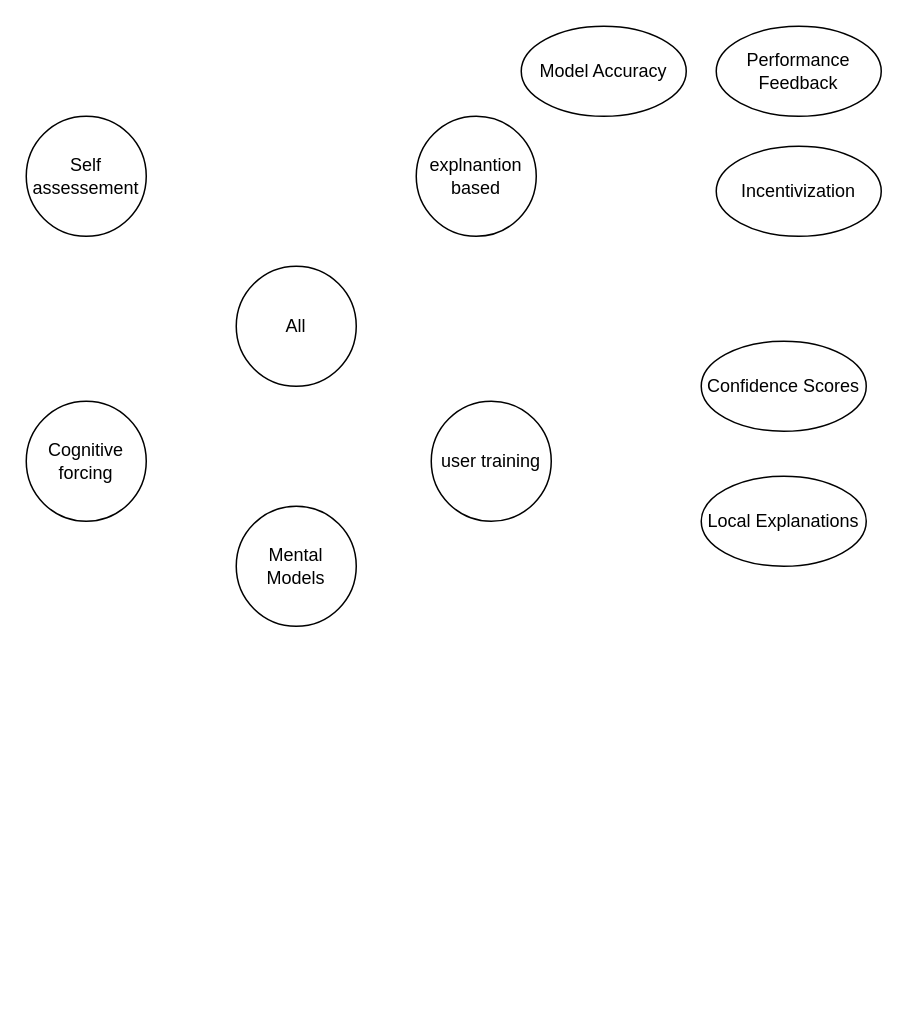
Earlier version of the draw.io diagram ext/chi-rev-method-overview.drawio (raeeschaudhary/Coursera_Exams). Source tidied: cells renumbered, new cells numbered last; positions are measured from the earlier drawing's top-left corner, leaving out a move shared by most shapes. Both pictures are drawn from the tidied source at 150%, with x=0, y=0 at pixel (26, 26).
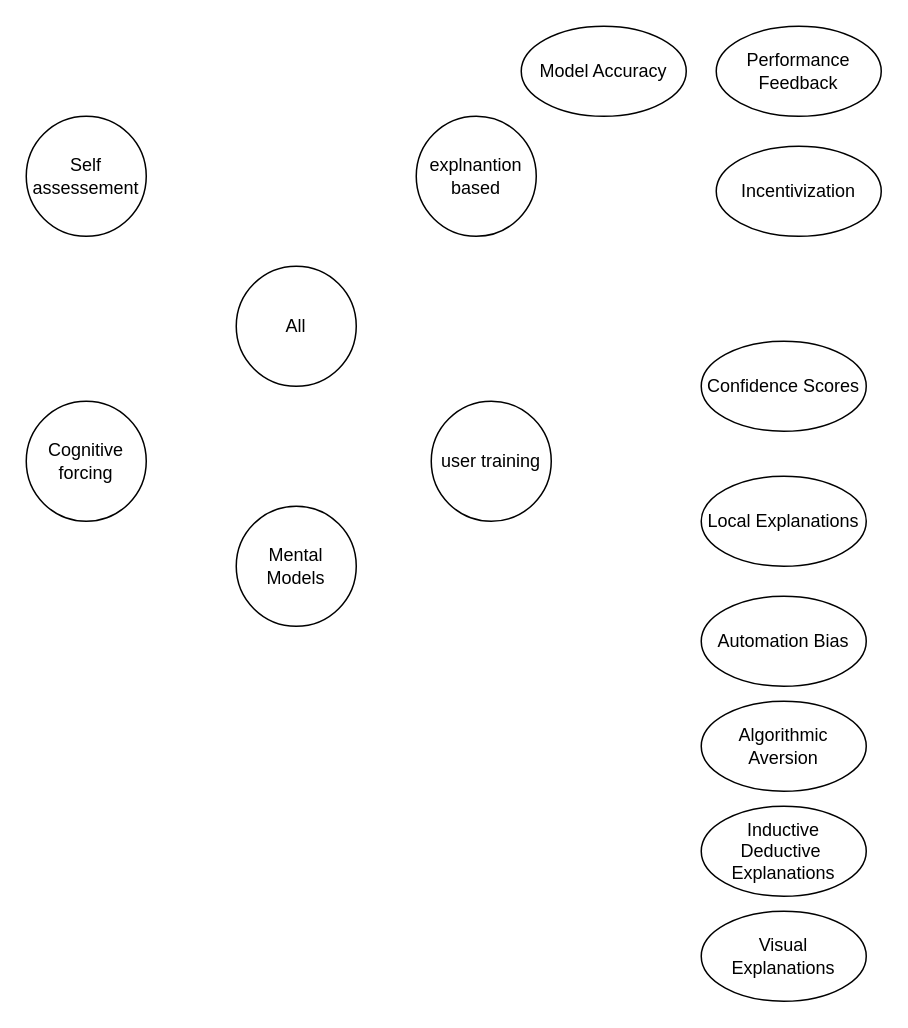
The same diagram, later.

Diff of the diagram source:
```diff
@@
 <mxGraphModel>
   <root>
     <mxCell id="0" />
     <mxCell id="1" parent="0" />
     <mxCell id="2" value="All" style="ellipse;whiteSpace=wrap;html=1;" parent="1" vertex="1">
       <mxGeometry x="140" y="160" width="80" height="80" as="geometry" />
     </mxCell>
     <mxCell id="3" value="explnantion based" style="ellipse;whiteSpace=wrap;html=1;" parent="1" vertex="1">
       <mxGeometry x="260" y="60" width="80" height="80" as="geometry" />
     </mxCell>
     <mxCell id="4" value="user training" style="ellipse;whiteSpace=wrap;html=1;" parent="1" vertex="1">
       <mxGeometry x="270" y="250" width="80" height="80" as="geometry" />
     </mxCell>
     <mxCell id="5" value="Cognitive forcing" style="ellipse;whiteSpace=wrap;html=1;" parent="1" vertex="1">
       <mxGeometry y="250" width="80" height="80" as="geometry" />
     </mxCell>
     <mxCell id="6" value="Self assessement" style="ellipse;whiteSpace=wrap;html=1;" parent="1" vertex="1">
       <mxGeometry y="60" width="80" height="80" as="geometry" />
     </mxCell>
     <mxCell id="7" value="Model Accuracy" style="ellipse;whiteSpace=wrap;html=1;" parent="1" vertex="1">
       <mxGeometry x="330" width="110" height="60" as="geometry" />
     </mxCell>
     <mxCell id="8" value="Performance Feedback" style="ellipse;whiteSpace=wrap;html=1;" parent="1" vertex="1">
       <mxGeometry x="460" width="110" height="60" as="geometry" />
     </mxCell>
     <mxCell id="9" value="Incentivization" style="ellipse;whiteSpace=wrap;html=1;" parent="1" vertex="1">
       <mxGeometry x="460" y="80" width="110" height="60" as="geometry" />
     </mxCell>
     <mxCell id="10" value="Confidence Scores" style="ellipse;whiteSpace=wrap;html=1;" parent="1" vertex="1">
       <mxGeometry x="450" y="210" width="110" height="60" as="geometry" />
     </mxCell>
     <mxCell id="11" value="Local Explanations" style="ellipse;whiteSpace=wrap;html=1;" parent="1" vertex="1">
       <mxGeometry x="450" y="300" width="110" height="60" as="geometry" />
     </mxCell>
     <mxCell id="12" value="Mental Models" style="ellipse;whiteSpace=wrap;html=1;" parent="1" vertex="1">
       <mxGeometry x="140" y="320" width="80" height="80" as="geometry" />
     </mxCell>
+    <mxCell id="13" value="Automation Bias" style="ellipse;whiteSpace=wrap;html=1;" parent="1" vertex="1">
+      <mxGeometry x="450" y="380" width="110" height="60" as="geometry" />
+    </mxCell>
+    <mxCell id="14" value="Algorithmic Aversion" style="ellipse;whiteSpace=wrap;html=1;" parent="1" vertex="1">
+      <mxGeometry x="450" y="450" width="110" height="60" as="geometry" />
+    </mxCell>
+    <mxCell id="15" value="Inductive&lt;div&gt;Deductive&amp;nbsp;&lt;/div&gt;&lt;div&gt;Explanations&lt;/div&gt;" style="ellipse;whiteSpace=wrap;html=1;" parent="1" vertex="1">
+      <mxGeometry x="450" y="520" width="110" height="60" as="geometry" />
+    </mxCell>
+    <mxCell id="16" value="Visual&lt;br&gt;&lt;div&gt;Explanations&lt;/div&gt;" style="ellipse;whiteSpace=wrap;html=1;" parent="1" vertex="1">
+      <mxGeometry x="450" y="590" width="110" height="60" as="geometry" />
+    </mxCell>
   </root>
 </mxGraphModel>
```
